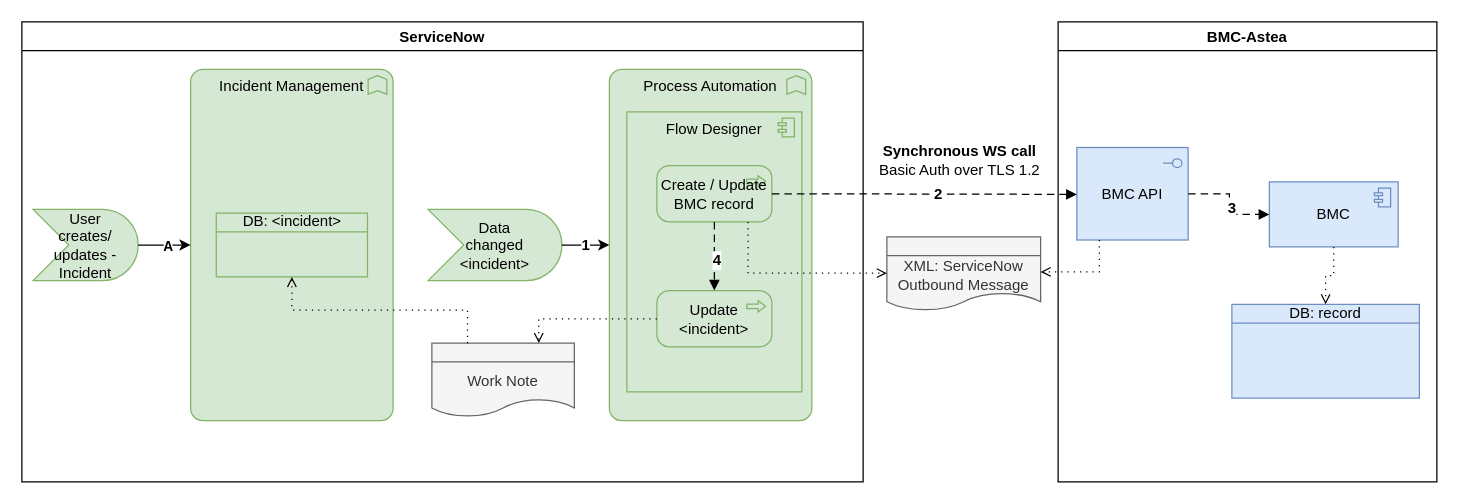
The draw.io diagram page "SN>BMC" (1 of 4) of SN2BMC-Astea.drawio in algimas/tmp, before the edit. Source tidied: cells renumbered, new cells numbered last; positions are measured from the earlier drawing's top-left corner, leaving out a move shared by most shapes. Both pictures are drawn from the tidied source at 125%, with x=0, y=0 at pixel (21, 21).
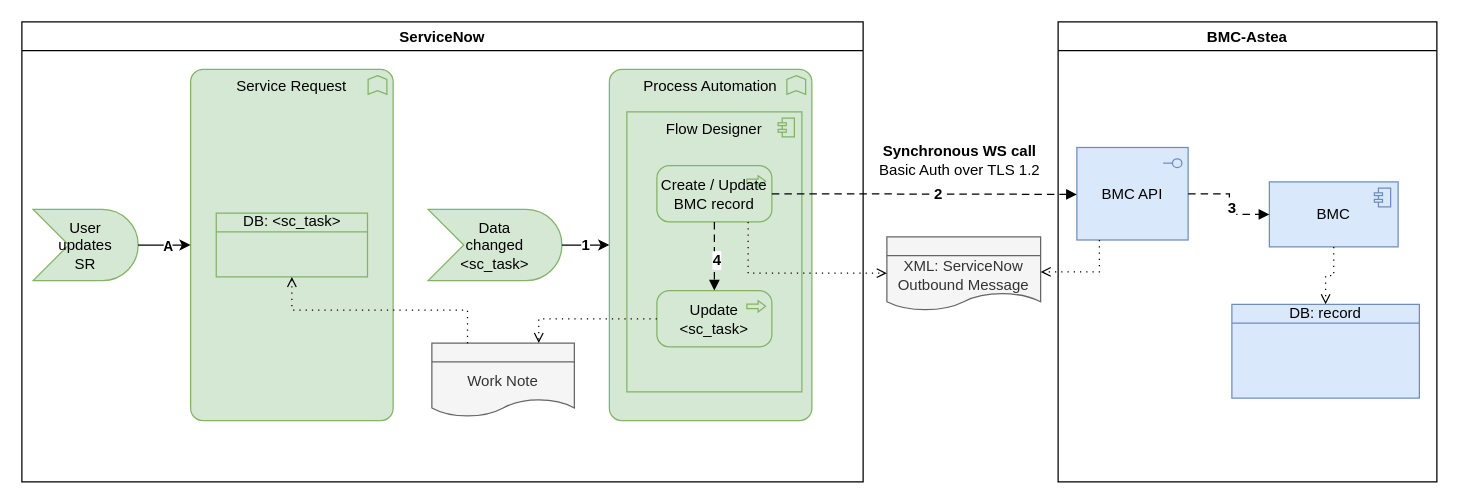
After the change.

Unchanged cells that the change refers to:
```xml
<mxCell id="9" value="ServiceNow" style="swimlane;" parent="1" vertex="1">
  <mxGeometry width="673" height="368" as="geometry" />
</mxCell>
```

Diff of the diagram source:
```diff
@@
-    <mxCell id="11" value="User &lt;br&gt;creates/&lt;br&gt;updates - Incident" style="html=1;outlineConnect=0;whiteSpace=wrap;fillColor=#d5e8d4;shape=mxgraph.archimate3.event;strokeColor=#82b366;" parent="9" vertex="1">
+    <mxCell id="11" value="User&lt;br&gt;updates&lt;br&gt;SR" style="html=1;outlineConnect=0;whiteSpace=wrap;fillColor=#d5e8d4;shape=mxgraph.archimate3.event;strokeColor=#82b366;" parent="9" vertex="1">
       <mxGeometry x="9" y="150" width="84" height="57" as="geometry" />
     </mxCell>
-    <mxCell id="12" value="Incident Management" style="html=1;outlineConnect=0;whiteSpace=wrap;fillColor=#d5e8d4;shape=mxgraph.archimate3.application;appType=func;archiType=rounded;strokeColor=#82b366;verticalAlign=top;" parent="9" vertex="1">
+    <mxCell id="12" value="Service Request" style="html=1;outlineConnect=0;whiteSpace=wrap;fillColor=#d5e8d4;shape=mxgraph.archimate3.application;appType=func;archiType=rounded;strokeColor=#82b366;verticalAlign=top;" parent="9" vertex="1">
       <mxGeometry x="135" y="38" width="162" height="281" as="geometry" />
     </mxCell>
-    <mxCell id="13" value="Data &lt;br&gt;changed&lt;br&gt;&amp;lt;incident&amp;gt;" style="html=1;outlineConnect=0;whiteSpace=wrap;fillColor=#d5e8d4;shape=mxgraph.archimate3.event;strokeColor=#82b366;" parent="9" vertex="1">
+    <mxCell id="13" value="Data &lt;br&gt;changed&lt;br&gt;&amp;lt;sc_task&amp;gt;" style="html=1;outlineConnect=0;whiteSpace=wrap;fillColor=#d5e8d4;shape=mxgraph.archimate3.event;strokeColor=#82b366;" parent="9" vertex="1">
       <mxGeometry x="325" y="150" width="107" height="57" as="geometry" />
     </mxCell>
@@
-    <mxCell id="16" value="DB: &amp;lt;incident&amp;gt;" style="html=1;outlineConnect=0;whiteSpace=wrap;fillColor=#d5e8d4;shape=mxgraph.archimate3.businessObject;overflow=fill;strokeColor=#82b366;" parent="9" vertex="1">
+    <mxCell id="16" value="DB: &amp;lt;sc_task&amp;gt;" style="html=1;outlineConnect=0;whiteSpace=wrap;fillColor=#d5e8d4;shape=mxgraph.archimate3.businessObject;overflow=fill;strokeColor=#82b366;" parent="9" vertex="1">
       <mxGeometry x="155.5" y="153" width="121" height="51" as="geometry" />
     </mxCell>
@@
-    <mxCell id="20" value="Update &amp;lt;incident&amp;gt;" style="html=1;outlineConnect=0;whiteSpace=wrap;fillColor=#d5e8d4;shape=mxgraph.archimate3.application;appType=proc;archiType=rounded;strokeColor=#82b366;" parent="9" vertex="1">
+    <mxCell id="20" value="Update &amp;lt;sc_task&amp;gt;" style="html=1;outlineConnect=0;whiteSpace=wrap;fillColor=#d5e8d4;shape=mxgraph.archimate3.application;appType=proc;archiType=rounded;strokeColor=#82b366;" parent="9" vertex="1">
       <mxGeometry x="508" y="215" width="92" height="45" as="geometry" />
     </mxCell>
```
